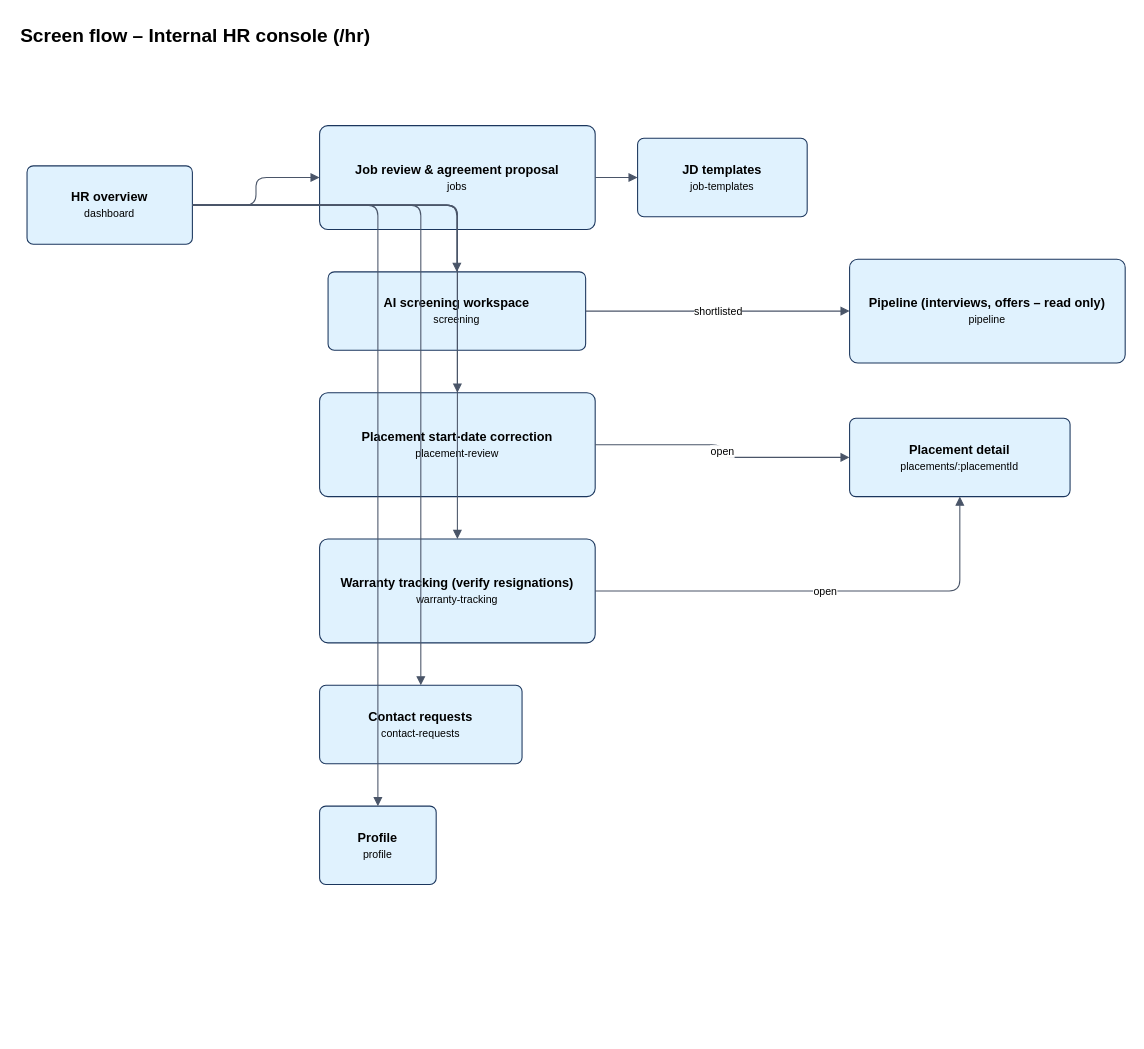
Above: docs/diagrams/screen-flows/source/sf-05-hr.drawio in hoangqui794/hr-connect (draw.io), before the change. Source tidied: cells renumbered, new cells numbered last; positions are measured from the earlier drawing's top-left corner, leaving out a move shared by most shapes. Both pictures are drawn from the tidied source at 106%, with x=0, y=0 at pixel (18, 18).
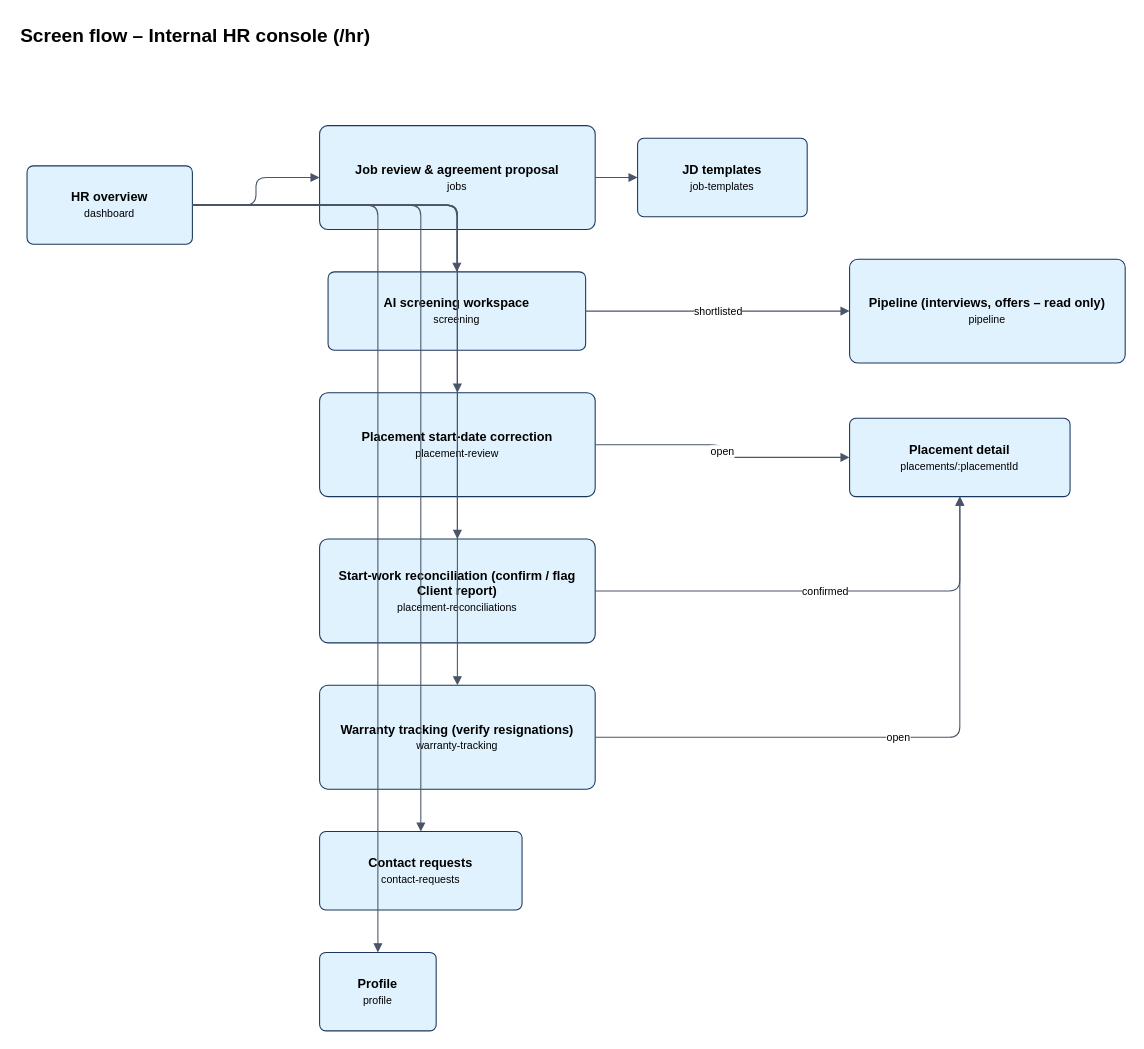
The same diagram, later.

Unchanged cells that the change refers to:
```xml
<mxCell id="3" value="&lt;b&gt;HR overview&lt;/b&gt;&lt;br&gt;&lt;font style=&quot;font-size:10px&quot;&gt;dashboard&lt;/font&gt;" style="rounded=1;arcSize=8;whiteSpace=wrap;html=1;fillColor=#E0F2FE;strokeColor=#1B365D;" parent="1" vertex="1">
  <mxGeometry x="8" y="139" width="156" height="74" as="geometry" />
</mxCell>
<mxCell id="9" value="&lt;b&gt;Placement detail&lt;/b&gt;&lt;br&gt;&lt;font style=&quot;font-size:10px&quot;&gt;placements/:placementId&lt;/font&gt;" style="rounded=1;arcSize=8;whiteSpace=wrap;html=1;fillColor=#E0F2FE;strokeColor=#1B365D;" parent="1" vertex="1">
  <mxGeometry x="784" y="377" width="208" height="74" as="geometry" />
</mxCell>
```

Diff of the diagram source:
```diff
@@
     <mxCell id="10" value="&lt;b&gt;Warranty tracking (verify resignations)&lt;/b&gt;&lt;br&gt;&lt;font style=&quot;font-size:10px&quot;&gt;warranty-tracking&lt;/font&gt;" style="rounded=1;arcSize=8;whiteSpace=wrap;html=1;fillColor=#E0F2FE;strokeColor=#1B365D;" parent="1" vertex="1">
-      <mxGeometry x="284" y="491" width="260" height="98" as="geometry" />
+      <mxGeometry x="284" y="629" width="260" height="98" as="geometry" />
     </mxCell>
     <mxCell id="11" value="&lt;b&gt;Contact requests&lt;/b&gt;&lt;br&gt;&lt;font style=&quot;font-size:10px&quot;&gt;contact-requests&lt;/font&gt;" style="rounded=1;arcSize=8;whiteSpace=wrap;html=1;fillColor=#E0F2FE;strokeColor=#1B365D;" parent="1" vertex="1">
-      <mxGeometry x="284" y="629" width="191" height="74" as="geometry" />
+      <mxGeometry x="284" y="767" width="191" height="74" as="geometry" />
     </mxCell>
     <mxCell id="12" value="&lt;b&gt;Profile&lt;/b&gt;&lt;br&gt;&lt;font style=&quot;font-size:10px&quot;&gt;profile&lt;/font&gt;" style="rounded=1;arcSize=8;whiteSpace=wrap;html=1;fillColor=#E0F2FE;strokeColor=#1B365D;" parent="1" vertex="1">
-      <mxGeometry x="284" y="743" width="110" height="74" as="geometry" />
+      <mxGeometry x="284" y="881" width="110" height="74" as="geometry" />
     </mxCell>
+    <mxCell id="23" value="&lt;b&gt;Start-work reconciliation (confirm / flag Client report)&lt;/b&gt;&lt;br&gt;&lt;font style=&quot;font-size:10px&quot;&gt;placement-reconciliations&lt;/font&gt;" style="rounded=1;arcSize=8;whiteSpace=wrap;html=1;fillColor=#E0F2FE;strokeColor=#1B365D;" parent="1" vertex="1">
+      <mxGeometry x="284" y="491" width="260" height="98" as="geometry" />
+    </mxCell>
@@
+    <mxCell id="24" style="edgeStyle=orthogonalEdgeStyle;rounded=1;html=1;endArrow=block;endFill=1;strokeColor=#4A5568;fontSize=10;labelBackgroundColor=#FFFFFF;" parent="1" edge="1" source="3" target="23">
+      <mxGeometry relative="1" as="geometry" />
+    </mxCell>
+    <mxCell id="25" value="confirmed" style="edgeStyle=orthogonalEdgeStyle;rounded=1;html=1;endArrow=block;endFill=1;strokeColor=#4A5568;fontSize=10;labelBackgroundColor=#FFFFFF;" parent="1" edge="1" source="23" target="9">
+      <mxGeometry relative="1" as="geometry" />
+    </mxCell>
```
